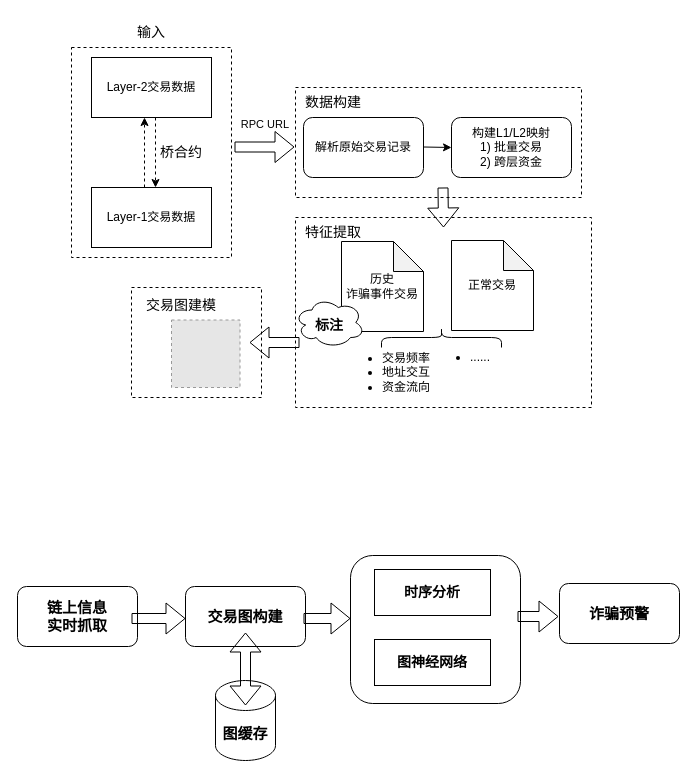
Above: fund.drawio in bossjoker1/Assembly (draw.io), before the change. Source tidied: cells renumbered, new cells numbered last; positions are measured from the earlier drawing's top-left corner, leaving out a move shared by most shapes. Both pictures are drawn from the tidied source at 100%, with x=0, y=0 at pixel (17, 17). Pictures stored in the file or linked from it are replaced by grey dashed boxes.
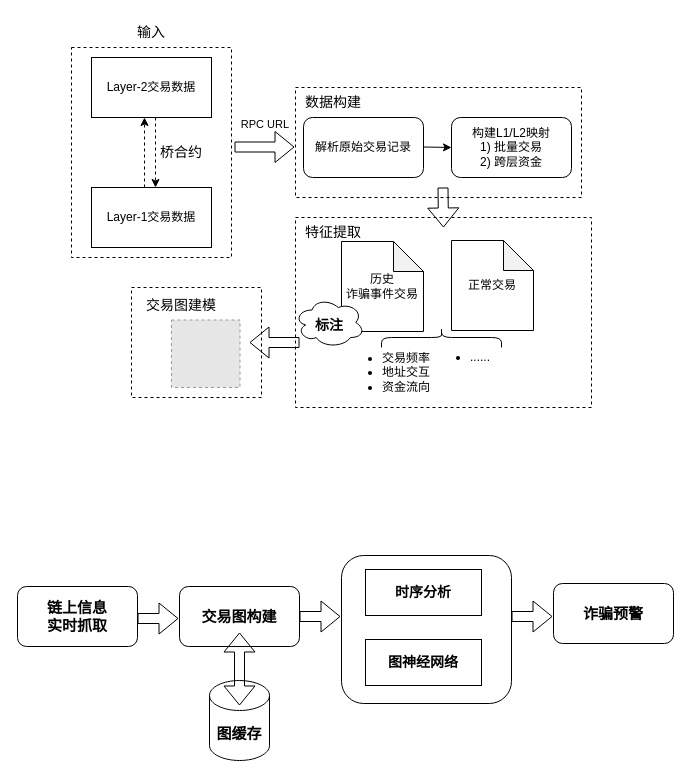
Above is the later version.

Change to the diagram source:
```diff
@@
     <mxCell id="2" style="rounded=1;whiteSpace=wrap;html=1;" parent="1" vertex="1">
-      <mxGeometry x="333" y="538" width="170" height="148" as="geometry" />
+      <mxGeometry x="324" y="538" width="170" height="148" as="geometry" />
     </mxCell>
@@
     <mxCell id="33" value="&lt;font style=&quot;font-size: 15px;&quot;&gt;交易图构建&lt;/font&gt;" style="whiteSpace=wrap;html=1;rounded=1;fontStyle=1;" parent="1" vertex="1">
-      <mxGeometry x="168" y="569" width="120" height="60" as="geometry" />
+      <mxGeometry x="162" y="569" width="120" height="60" as="geometry" />
     </mxCell>
     <mxCell id="34" value="&lt;font style=&quot;font-size: 15px;&quot;&gt;&lt;b&gt;图缓存&lt;/b&gt;&lt;/font&gt;" style="shape=cylinder3;whiteSpace=wrap;html=1;boundedLbl=1;backgroundOutline=1;size=15;" parent="1" vertex="1">
-      <mxGeometry x="198" y="663" width="60" height="80" as="geometry" />
+      <mxGeometry x="192" y="663" width="60" height="80" as="geometry" />
     </mxCell>
     <mxCell id="35" style="shape=flexArrow;endArrow=classic;startArrow=classic;html=1;rounded=0;" parent="1" edge="1">
       <mxGeometry relative="1" as="geometry">
-        <mxPoint x="228" y="688" as="sourcePoint" />
-        <mxPoint x="228" y="615" as="targetPoint" />
+        <mxPoint x="222" y="688" as="sourcePoint" />
+        <mxPoint x="222" y="615" as="targetPoint" />
       </mxGeometry>
     </mxCell>
-    <mxCell id="36" style="shape=flexArrow;endArrow=classic;html=1;rounded=0;" parent="1" edge="1">
-      <mxGeometry relative="1" as="geometry">
-        <mxPoint x="114" y="601" as="sourcePoint" />
-        <mxPoint x="168" y="601" as="targetPoint" />
-      </mxGeometry>
-    </mxCell>
     <mxCell id="37" value="&lt;b&gt;&lt;font style=&quot;font-size: 14px;&quot;&gt;时序分析&lt;/font&gt;&lt;/b&gt;" style="rounded=0;whiteSpace=wrap;html=1;" parent="1" vertex="1">
-      <mxGeometry x="357" y="552" width="116" height="46" as="geometry" />
+      <mxGeometry x="348" y="552" width="116" height="46" as="geometry" />
     </mxCell>
     <mxCell id="38" value="&lt;b&gt;&lt;font style=&quot;font-size: 14px;&quot;&gt;图神经网络&lt;/font&gt;&lt;/b&gt;" style="rounded=0;whiteSpace=wrap;html=1;" parent="1" vertex="1">
-      <mxGeometry x="357" y="622" width="116" height="46" as="geometry" />
+      <mxGeometry x="348" y="622" width="116" height="46" as="geometry" />
     </mxCell>
-    <mxCell id="39" style="shape=flexArrow;endArrow=classic;html=1;rounded=0;" parent="1" edge="1">
-      <mxGeometry relative="1" as="geometry">
-        <mxPoint x="286" y="601" as="sourcePoint" />
-        <mxPoint x="333" y="601" as="targetPoint" />
-      </mxGeometry>
-    </mxCell>
     <mxCell id="40" value="&lt;p style=&quot;margin-top: 0pt; margin-bottom: 0pt; margin-left: 0in; direction: ltr; unicode-bidi: embed; word-break: normal;&quot;&gt;&lt;font face=&quot;Adobe 黑体 Std R&quot;&gt;&lt;span style=&quot;font-size: 15px;&quot;&gt;&lt;b&gt;诈骗预警&lt;/b&gt;&lt;/span&gt;&lt;/font&gt;&lt;/p&gt;" style="rounded=1;whiteSpace=wrap;html=1;" parent="1" vertex="1">
-      <mxGeometry x="542" y="566" width="120" height="60" as="geometry" />
+      <mxGeometry x="536" y="566" width="120" height="60" as="geometry" />
     </mxCell>
     <mxCell id="41" style="shape=flexArrow;endArrow=classic;html=1;rounded=0;" parent="1" edge="1">
       <mxGeometry relative="1" as="geometry">
-        <mxPoint x="500" y="599" as="sourcePoint" />
-        <mxPoint x="541" y="599" as="targetPoint" />
+        <mxPoint x="494" y="599" as="sourcePoint" />
+        <mxPoint x="535" y="599" as="targetPoint" />
       </mxGeometry>
     </mxCell>
+    <mxCell id="42" style="shape=flexArrow;endArrow=classic;html=1;rounded=0;" parent="1" edge="1">
+      <mxGeometry relative="1" as="geometry">
+        <mxPoint x="120" y="601" as="sourcePoint" />
+        <mxPoint x="161" y="601" as="targetPoint" />
+      </mxGeometry>
+    </mxCell>
+    <mxCell id="43" style="shape=flexArrow;endArrow=classic;html=1;rounded=0;" parent="1" edge="1">
+      <mxGeometry relative="1" as="geometry">
+        <mxPoint x="282" y="599" as="sourcePoint" />
+        <mxPoint x="323" y="599" as="targetPoint" />
+      </mxGeometry>
+    </mxCell>
```
